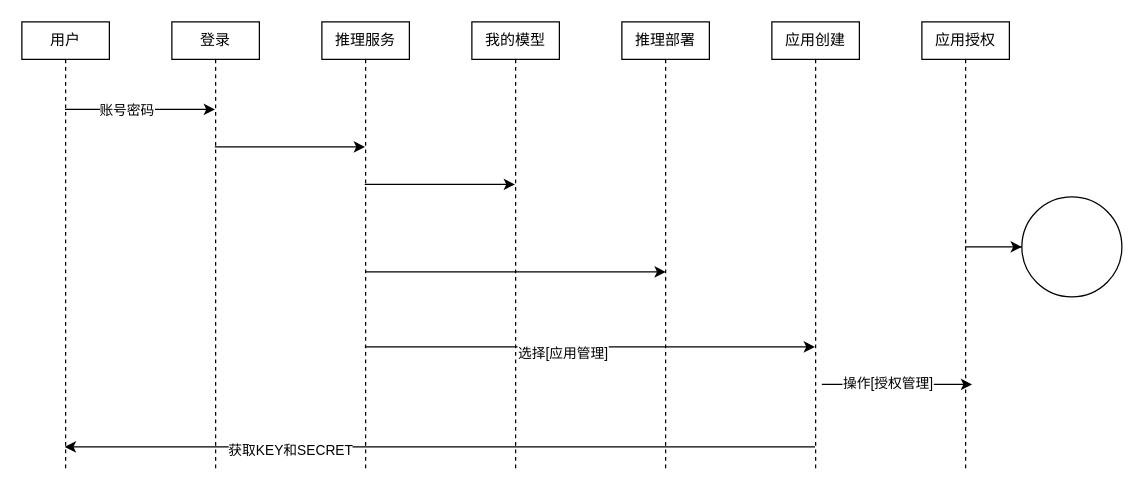
Above: 未命名绘图.drawio in weiguoli369/Familia (draw.io), before the change. Source tidied: cells renumbered, new cells numbered last; positions are measured from the earlier drawing's top-left corner, leaving out a move shared by most shapes. Both pictures are drawn from the tidied source at 125%, with x=0, y=0 at pixel (21, 21).
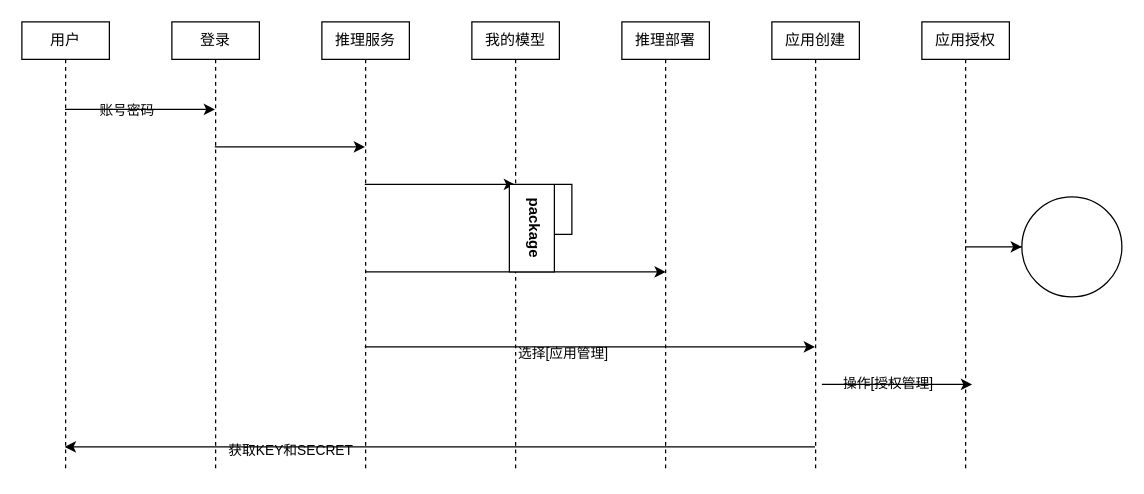
The same diagram, later.

Commit message:
更新未命名绘图.drawio

Diff of the diagram source:
```diff
@@
-    <mxCell id="2" style="edgeStyle=orthogonalEdgeStyle;rounded=0;jettySize=auto;html=1;curved=0;" parent="1" edge="1" source="4" target="6">
+    <mxCell id="2" style="edgeStyle=orthogonalEdgeStyle;rounded=0;jettySize=auto;html=1;curved=0;labelBackgroundColor=none;fontColor=default;" parent="1" edge="1" source="4" target="6">
       <mxGeometry relative="1" as="geometry">
         <Array as="points">
           <mxPoint x="100" y="70" />
           <mxPoint x="100" y="70" />
         </Array>
       </mxGeometry>
     </mxCell>
-    <mxCell id="3" value="账号密码" style="edgeLabel;html=1;align=center;verticalAlign=middle;" parent="2" vertex="1">
+    <mxCell id="3" value="账号密码" style="edgeLabel;html=1;align=center;verticalAlign=middle;labelBackgroundColor=none;" parent="2" vertex="1">
       <mxGeometry x="-0.19" relative="1" as="geometry" />
     </mxCell>
-    <mxCell id="4" value="用户" style="shape=umlLifeline;perimeter=lifelinePerimeter;whiteSpace=wrap;html=1;outlineConnect=0;portConstraint=eastwest;newEdgeStyle={&quot;curved&quot;:0,&quot;rounded&quot;:0};size=30;" parent="1" vertex="1">
+    <mxCell id="4" value="用户" style="shape=umlLifeline;perimeter=lifelinePerimeter;whiteSpace=wrap;html=1;outlineConnect=0;portConstraint=eastwest;newEdgeStyle={&quot;curved&quot;:0,&quot;rounded&quot;:0};size=30;labelBackgroundColor=none;" parent="1" vertex="1">
       <mxGeometry width="70" height="360" as="geometry" />
     </mxCell>
-    <mxCell id="5" style="edgeStyle=orthogonalEdgeStyle;rounded=0;orthogonalLoop=1;jettySize=auto;html=1;curved=0;" parent="1" edge="1">
+    <mxCell id="5" style="edgeStyle=orthogonalEdgeStyle;rounded=0;orthogonalLoop=1;jettySize=auto;html=1;curved=0;labelBackgroundColor=none;fontColor=default;" parent="1" edge="1">
       <mxGeometry relative="1" as="geometry">
         <mxPoint x="154.3" y="100" as="sourcePoint" />
         <mxPoint x="274.5" y="100" as="targetPoint" />
       </mxGeometry>
     </mxCell>
-    <mxCell id="6" value="登录" style="shape=umlLifeline;perimeter=lifelinePerimeter;whiteSpace=wrap;html=1;outlineConnect=0;portConstraint=eastwest;newEdgeStyle={&quot;curved&quot;:0,&quot;rounded&quot;:0};size=30;" parent="1" vertex="1">
+    <mxCell id="6" value="登录" style="shape=umlLifeline;perimeter=lifelinePerimeter;whiteSpace=wrap;html=1;outlineConnect=0;portConstraint=eastwest;newEdgeStyle={&quot;curved&quot;:0,&quot;rounded&quot;:0};size=30;labelBackgroundColor=none;" parent="1" vertex="1">
       <mxGeometry x="120" width="70" height="360" as="geometry" />
     </mxCell>
-    <mxCell id="7" style="edgeStyle=orthogonalEdgeStyle;rounded=0;orthogonalLoop=1;jettySize=auto;html=1;curved=0;" parent="1" edge="1">
+    <mxCell id="7" style="edgeStyle=orthogonalEdgeStyle;rounded=0;orthogonalLoop=1;jettySize=auto;html=1;curved=0;labelBackgroundColor=none;fontColor=default;" parent="1" edge="1">
       <mxGeometry relative="1" as="geometry">
         <mxPoint x="274.3" y="130" as="sourcePoint" />
         <mxPoint x="394.5" y="130" as="targetPoint" />
       </mxGeometry>
     </mxCell>
-    <mxCell id="8" style="edgeStyle=orthogonalEdgeStyle;rounded=0;orthogonalLoop=1;jettySize=auto;html=1;curved=0;" parent="1" edge="1">
+    <mxCell id="8" style="edgeStyle=orthogonalEdgeStyle;rounded=0;orthogonalLoop=1;jettySize=auto;html=1;curved=0;labelBackgroundColor=none;fontColor=default;" parent="1" edge="1">
       <mxGeometry relative="1" as="geometry">
         <mxPoint x="274.9" y="200" as="sourcePoint" />
         <mxPoint x="515.1" y="200" as="targetPoint" />
       </mxGeometry>
     </mxCell>
-    <mxCell id="9" style="edgeStyle=orthogonalEdgeStyle;rounded=0;orthogonalLoop=1;jettySize=auto;html=1;curved=0;" parent="1" edge="1">
+    <mxCell id="9" style="edgeStyle=orthogonalEdgeStyle;rounded=0;orthogonalLoop=1;jettySize=auto;html=1;curved=0;labelBackgroundColor=none;fontColor=default;" parent="1" edge="1">
       <mxGeometry relative="1" as="geometry">
         <mxPoint x="274.3" y="260" as="sourcePoint" />
         <mxPoint x="634.5" y="260" as="targetPoint" />
       </mxGeometry>
     </mxCell>
-    <mxCell id="10" value="选择[应用管理]" style="edgeLabel;html=1;align=center;verticalAlign=middle;" parent="9" vertex="1">
+    <mxCell id="10" value="选择[应用管理]" style="edgeLabel;html=1;align=center;verticalAlign=middle;labelBackgroundColor=none;" parent="9" vertex="1">
       <mxGeometry x="-0.12" y="-4" relative="1" as="geometry" />
     </mxCell>
-    <mxCell id="11" value="推理服务" style="shape=umlLifeline;perimeter=lifelinePerimeter;whiteSpace=wrap;html=1;newEdgeStyle={&quot;curved&quot;:0,&quot;rounded&quot;:0};size=30;" parent="1" vertex="1">
+    <mxCell id="11" value="推理服务" style="shape=umlLifeline;perimeter=lifelinePerimeter;whiteSpace=wrap;html=1;newEdgeStyle={&quot;curved&quot;:0,&quot;rounded&quot;:0};size=30;labelBackgroundColor=none;" parent="1" vertex="1">
       <mxGeometry x="240" width="70" height="360" as="geometry" />
     </mxCell>
-    <mxCell id="12" value="我的模型" style="shape=umlLifeline;perimeter=lifelinePerimeter;whiteSpace=wrap;html=1;newEdgeStyle={&quot;curved&quot;:0,&quot;rounded&quot;:0};size=30;" parent="1" vertex="1">
+    <mxCell id="12" value="我的模型" style="shape=umlLifeline;perimeter=lifelinePerimeter;whiteSpace=wrap;html=1;newEdgeStyle={&quot;curved&quot;:0,&quot;rounded&quot;:0};size=30;labelBackgroundColor=none;" parent="1" vertex="1">
       <mxGeometry x="360" width="70" height="360" as="geometry" />
     </mxCell>
-    <mxCell id="13" value="推理部署" style="shape=umlLifeline;perimeter=lifelinePerimeter;whiteSpace=wrap;html=1;newEdgeStyle={&quot;curved&quot;:0,&quot;rounded&quot;:0};size=30;" parent="1" vertex="1">
+    <mxCell id="13" value="推理部署" style="shape=umlLifeline;perimeter=lifelinePerimeter;whiteSpace=wrap;html=1;newEdgeStyle={&quot;curved&quot;:0,&quot;rounded&quot;:0};size=30;labelBackgroundColor=none;" parent="1" vertex="1">
       <mxGeometry x="480" width="70" height="360" as="geometry" />
     </mxCell>
-    <mxCell id="14" style="edgeStyle=orthogonalEdgeStyle;rounded=0;orthogonalLoop=1;jettySize=auto;html=1;curved=0;" parent="1" edge="1">
+    <mxCell id="14" style="edgeStyle=orthogonalEdgeStyle;rounded=0;orthogonalLoop=1;jettySize=auto;html=1;curved=0;labelBackgroundColor=none;fontColor=default;" parent="1" edge="1">
       <mxGeometry relative="1" as="geometry">
         <mxPoint x="634.5" y="340" as="sourcePoint" />
         <mxPoint x="34.3" y="340" as="targetPoint" />
       </mxGeometry>
     </mxCell>
-    <mxCell id="15" value="获取KEY和SECRET" style="edgeLabel;html=1;align=center;verticalAlign=middle;" parent="14" vertex="1">
+    <mxCell id="15" value="获取KEY和SECRET" style="edgeLabel;html=1;align=center;verticalAlign=middle;labelBackgroundColor=none;" parent="14" vertex="1">
       <mxGeometry x="0.4" y="2" relative="1" as="geometry" />
     </mxCell>
-    <mxCell id="16" style="edgeStyle=orthogonalEdgeStyle;rounded=0;orthogonalLoop=1;jettySize=auto;html=1;curved=0;" parent="1" edge="1">
+    <mxCell id="16" style="edgeStyle=orthogonalEdgeStyle;rounded=0;orthogonalLoop=1;jettySize=auto;html=1;curved=0;labelBackgroundColor=none;fontColor=default;" parent="1" edge="1">
       <mxGeometry relative="1" as="geometry">
         <mxPoint x="640" y="290" as="sourcePoint" />
         <mxPoint x="760.2" y="290" as="targetPoint" />
       </mxGeometry>
     </mxCell>
-    <mxCell id="17" value="操作[授权管理]" style="edgeLabel;html=1;align=center;verticalAlign=middle;" parent="16" vertex="1">
+    <mxCell id="17" value="操作[授权管理]" style="edgeLabel;html=1;align=center;verticalAlign=middle;labelBackgroundColor=none;" parent="16" vertex="1">
       <mxGeometry x="-0.15" y="2" relative="1" as="geometry">
         <mxPoint x="1" as="offset" />
       </mxGeometry>
     </mxCell>
-    <mxCell id="18" value="应用创建" style="shape=umlLifeline;perimeter=lifelinePerimeter;whiteSpace=wrap;html=1;newEdgeStyle={&quot;curved&quot;:0,&quot;rounded&quot;:0};size=30;" parent="1" vertex="1">
+    <mxCell id="18" value="应用创建" style="shape=umlLifeline;perimeter=lifelinePerimeter;whiteSpace=wrap;html=1;newEdgeStyle={&quot;curved&quot;:0,&quot;rounded&quot;:0};size=30;labelBackgroundColor=none;" parent="1" vertex="1">
       <mxGeometry x="600" width="70" height="360" as="geometry" />
     </mxCell>
-    <mxCell id="19" style="edgeStyle=orthogonalEdgeStyle;rounded=0;jettySize=auto;html=1;curved=0;" parent="1" edge="1" source="20" target="21">
+    <mxCell id="19" style="edgeStyle=orthogonalEdgeStyle;rounded=0;jettySize=auto;html=1;curved=0;labelBackgroundColor=none;fontColor=default;" parent="1" edge="1" source="20" target="21">
       <mxGeometry relative="1" as="geometry" />
     </mxCell>
-    <mxCell id="20" value="应用授权" style="shape=umlLifeline;perimeter=lifelinePerimeter;whiteSpace=wrap;html=1;outlineConnect=0;portConstraint=eastwest;newEdgeStyle={&quot;curved&quot;:0,&quot;rounded&quot;:0};size=30;" parent="1" vertex="1">
+    <mxCell id="20" value="应用授权" style="shape=umlLifeline;perimeter=lifelinePerimeter;whiteSpace=wrap;html=1;outlineConnect=0;portConstraint=eastwest;newEdgeStyle={&quot;curved&quot;:0,&quot;rounded&quot;:0};size=30;labelBackgroundColor=none;" parent="1" vertex="1">
       <mxGeometry x="720" width="70" height="360" as="geometry" />
     </mxCell>
-    <mxCell id="21" style="ellipse;whiteSpace=wrap;html=1;" parent="1" vertex="1">
+    <mxCell id="21" style="ellipse;whiteSpace=wrap;html=1;labelBackgroundColor=none;" parent="1" vertex="1">
       <mxGeometry x="800" y="140" width="80" height="80" as="geometry" />
     </mxCell>
+    <mxCell id="22" value="package" style="shape=folder;fontStyle=1;spacingTop=10;tabWidth=40;tabHeight=14;tabPosition=left;html=1;whiteSpace=wrap;rotation=90;" parent="1" vertex="1">
+      <mxGeometry x="380" y="140" width="70" height="50" as="geometry" />
+    </mxCell>
```
